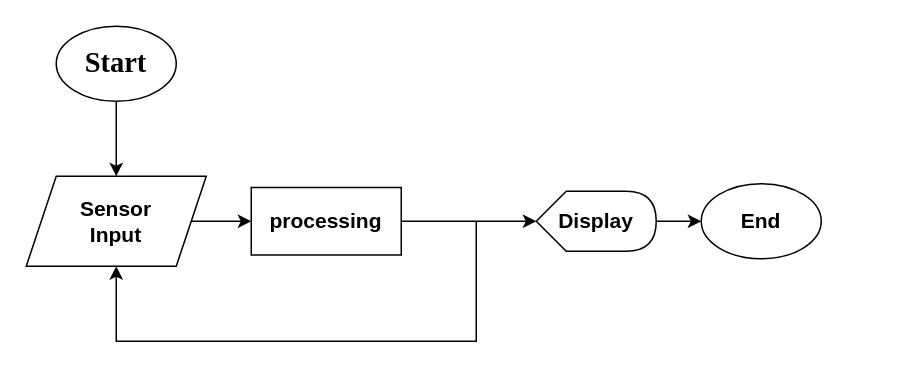
The draw.io diagram Block-Diagram/Untitled Diagram.drawio in salaheldeenyasser/Gait-Monitoring-System, before the edit. Source tidied: cells renumbered, new cells numbered last; positions are measured from the earlier drawing's top-left corner, leaving out a move shared by most shapes. Both pictures are drawn from the tidied source at 150%, with x=0, y=0 at pixel (26, 26).
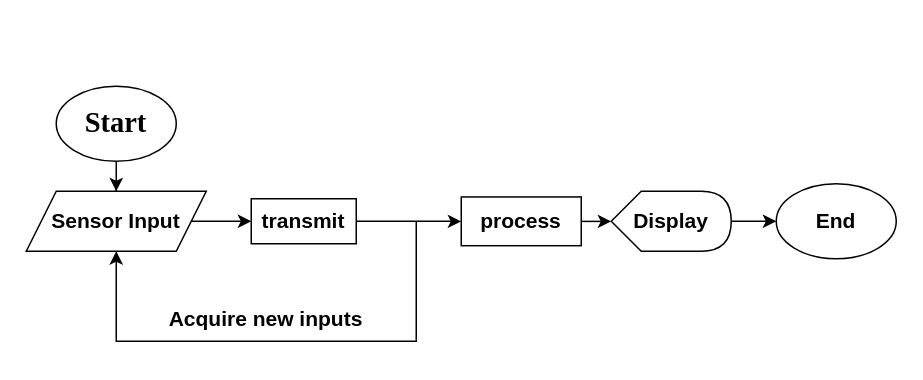
After the change.

Change to the diagram source:
```diff
@@
 <mxGraphModel>
   <root>
     <mxCell id="0" />
     <mxCell id="1" parent="0" />
+    <mxCell id="11" style="edgeStyle=orthogonalEdgeStyle;rounded=0;jettySize=auto;html=1;" parent="1" edge="1" source="2" target="8">
+      <mxGeometry relative="1" as="geometry" />
+    </mxCell>
-    <mxCell id="2" value="&lt;font size=&quot;1&quot;&gt;&lt;b style=&quot;font-size: 14px;&quot;&gt;processing&lt;/b&gt;&lt;/font&gt;" style="rounded=0;whiteSpace=wrap;html=1;" parent="1" vertex="1">
-      <mxGeometry x="150" y="107.5" width="100" height="45" as="geometry" />
+    <mxCell id="2" value="&lt;font size=&quot;1&quot;&gt;&lt;b style=&quot;font-size: 14px;&quot;&gt;process&lt;/b&gt;&lt;/font&gt;" style="rounded=0;whiteSpace=wrap;html=1;" parent="1" vertex="1">
+      <mxGeometry x="290" y="113.8" width="80" height="32.5" as="geometry" />
     </mxCell>
-    <mxCell id="3" style="edgeStyle=orthogonalEdgeStyle;rounded=0;jettySize=auto;html=1;" parent="1" edge="1" source="4" target="2">
+    <mxCell id="3" style="edgeStyle=orthogonalEdgeStyle;rounded=0;jettySize=auto;html=1;" parent="1" edge="1" source="14" target="2">
       <mxGeometry relative="1" as="geometry" />
     </mxCell>
-    <mxCell id="4" value="&lt;font style=&quot;font-size: 14px;&quot;&gt;Sensor&lt;/font&gt;&lt;div style=&quot;font-size: 14px;&quot;&gt;&lt;font style=&quot;font-size: 14px;&quot;&gt;Input&lt;/font&gt;&lt;/div&gt;" style="shape=parallelogram;perimeter=parallelogramPerimeter;whiteSpace=wrap;html=1;fixedSize=1;fontStyle=1;" parent="1" vertex="1">
-      <mxGeometry y="100" width="120" height="60" as="geometry" />
+    <mxCell id="4" value="&lt;font style=&quot;font-size: 14px;&quot;&gt;Sensor&amp;nbsp;&lt;/font&gt;&lt;span style=&quot;font-size: 14px; background-color: initial;&quot;&gt;Input&lt;/span&gt;" style="shape=parallelogram;perimeter=parallelogramPerimeter;whiteSpace=wrap;html=1;fixedSize=1;fontStyle=1;" parent="1" vertex="1">
+      <mxGeometry y="110" width="120" height="40" as="geometry" />
     </mxCell>
     <mxCell id="5" style="edgeStyle=orthogonalEdgeStyle;rounded=0;jettySize=auto;html=1;" parent="1" edge="1" source="6" target="4">
       <mxGeometry relative="1" as="geometry" />
     </mxCell>
     <mxCell id="6" value="&lt;b&gt;&lt;font style=&quot;font-size: 19px;&quot;&gt;Start&lt;/font&gt;&lt;/b&gt;" style="ellipse;whiteSpace=wrap;html=1;fontFamily=Times New Roman;" parent="1" vertex="1">
-      <mxGeometry x="20" width="80" height="50" as="geometry" />
+      <mxGeometry x="20" y="40" width="80" height="50" as="geometry" />
     </mxCell>
     <mxCell id="7" style="edgeStyle=orthogonalEdgeStyle;rounded=0;jettySize=auto;html=1;" parent="1" edge="1" source="8" target="9">
       <mxGeometry relative="1" as="geometry" />
     </mxCell>
     <mxCell id="8" value="Displ&lt;span style=&quot;background-color: initial;&quot;&gt;ay&lt;/span&gt;" style="shape=display;whiteSpace=wrap;html=1;fontStyle=1;fontSize=14;" parent="1" vertex="1">
-      <mxGeometry x="340" y="110" width="80" height="40" as="geometry" />
+      <mxGeometry x="390" y="110" width="80" height="40" as="geometry" />
     </mxCell>
     <mxCell id="9" value="End" style="ellipse;whiteSpace=wrap;html=1;fontStyle=1;fontSize=14;" parent="1" vertex="1">
-      <mxGeometry x="450" y="105" width="80" height="50" as="geometry" />
+      <mxGeometry x="500" y="105" width="80" height="50" as="geometry" />
     </mxCell>
     <mxCell id="10" style="endArrow=classic;html=1;rounded=0;entryX=0.5;entryY=1;entryDx=0;entryDy=0;" parent="1" edge="1" target="4">
       <mxGeometry relative="1" as="geometry">
-        <mxPoint x="300" y="130" as="sourcePoint" />
+        <mxPoint x="260" y="130" as="sourcePoint" />
         <Array as="points">
-          <mxPoint x="300" y="210" />
+          <mxPoint x="260" y="210" />
           <mxPoint x="60" y="210" />
         </Array>
       </mxGeometry>
     </mxCell>
-    <mxCell id="11" style="edgeStyle=orthogonalEdgeStyle;rounded=0;jettySize=auto;html=1;entryX=0;entryY=0.5;entryDx=0;entryDy=0;entryPerimeter=0;" parent="1" edge="1" source="2" target="8">
-      <mxGeometry relative="1" as="geometry" />
-    </mxCell>
+    <mxCell id="12" value="&lt;b&gt;&lt;font style=&quot;font-size: 14px;&quot;&gt;Acquire new inputs&lt;/font&gt;&lt;/b&gt;" style="text;strokeColor=none;align=center;fillColor=none;html=1;verticalAlign=middle;whiteSpace=wrap;rounded=0;" parent="1" vertex="1">
+      <mxGeometry x="90" y="180" width="140" height="30" as="geometry" />
+    </mxCell>
+    <mxCell id="13" style="edgeStyle=orthogonalEdgeStyle;rounded=0;jettySize=auto;html=1;" parent="1" edge="1" source="4" target="14">
+      <mxGeometry relative="1" as="geometry" />
+    </mxCell>
+    <mxCell id="14" value="transmit" style="rounded=0;whiteSpace=wrap;html=1;fontStyle=1;fontSize=14;" parent="1" vertex="1">
+      <mxGeometry x="150" y="115" width="70" height="30" as="geometry" />
+    </mxCell>
   </root>
 </mxGraphModel>
```
